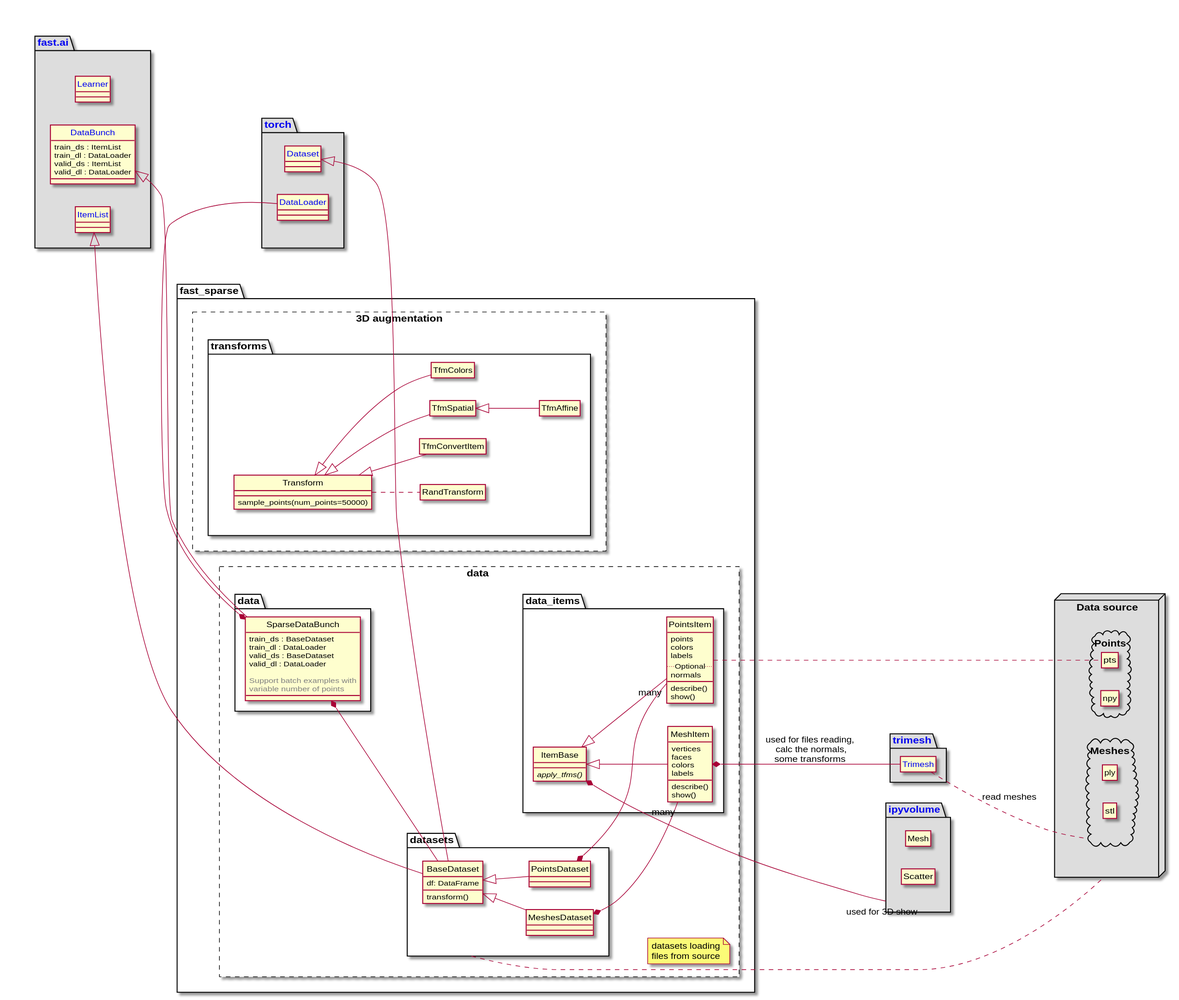
Earlier version of the PlantUML export docs/overview/classes.svg (goodok/fastai_sparse). Its source is kept beside it as docs/overview/classes.pu.
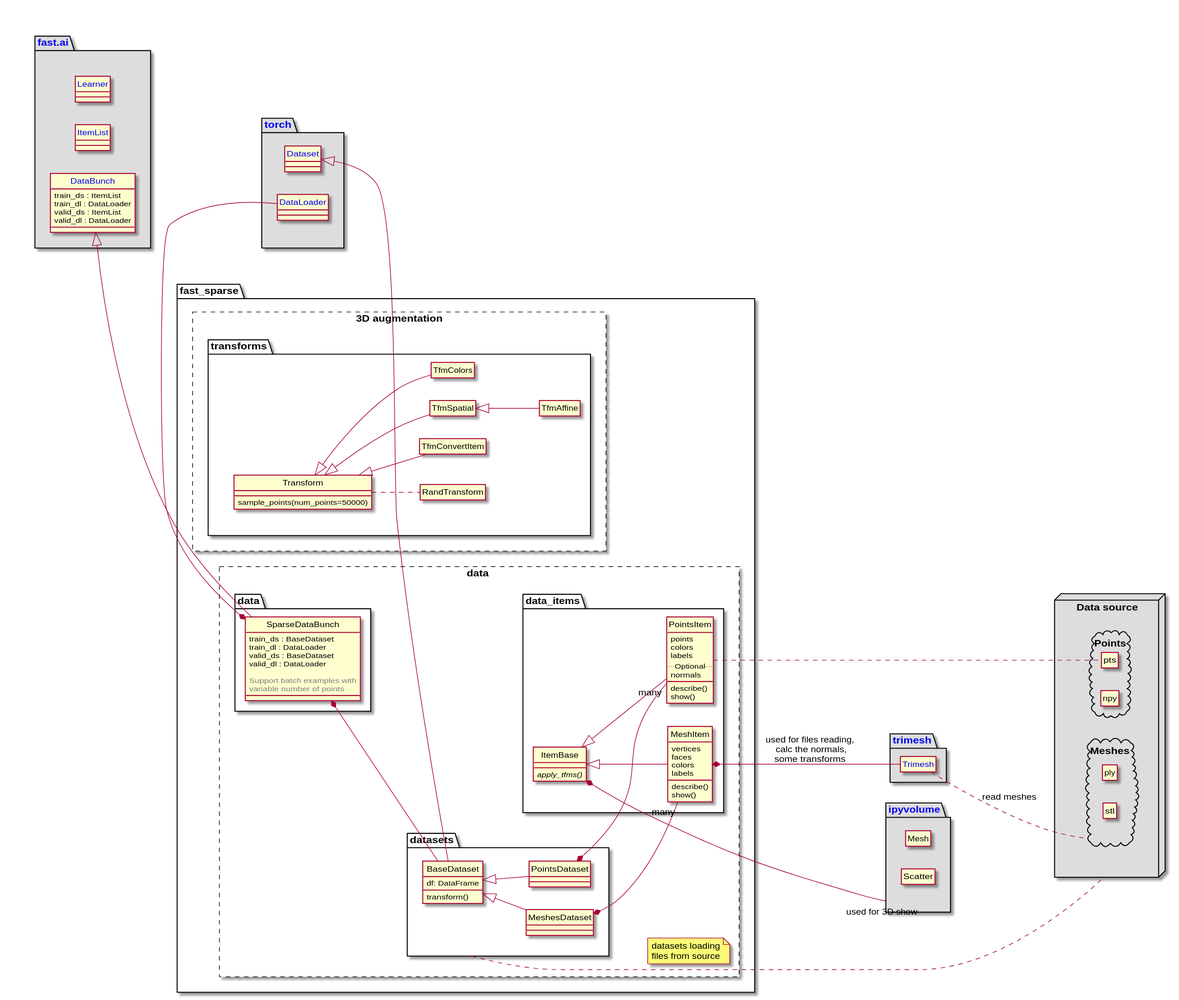
Above is the later version.

The edit, as a diff of the source:
```diff
@@ -151,7 +151,6 @@
 }
 
 
-ItemList <|-- BaseDataset
 Dataset <|-- BaseDataset
 
 Trimesh .. "Meshes" : read meshes
```
